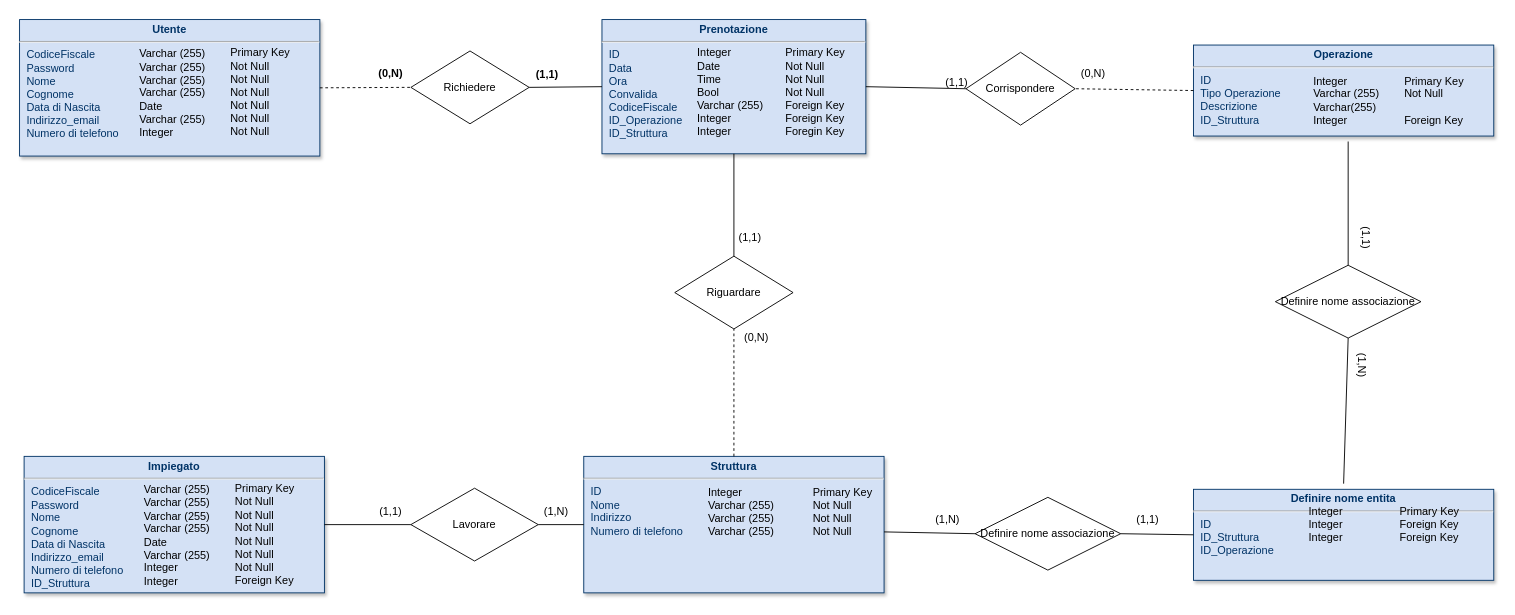
Above: Documenti/SDD/DataBase/Database.drawio in Givaa/MedQueue (draw.io), before the change. Source tidied: cells renumbered, new cells numbered last; positions are measured from the earlier drawing's top-left corner, leaving out a move shared by most shapes. Both pictures are drawn from the tidied source at 91%, with x=0, y=0 at pixel (19, 19).
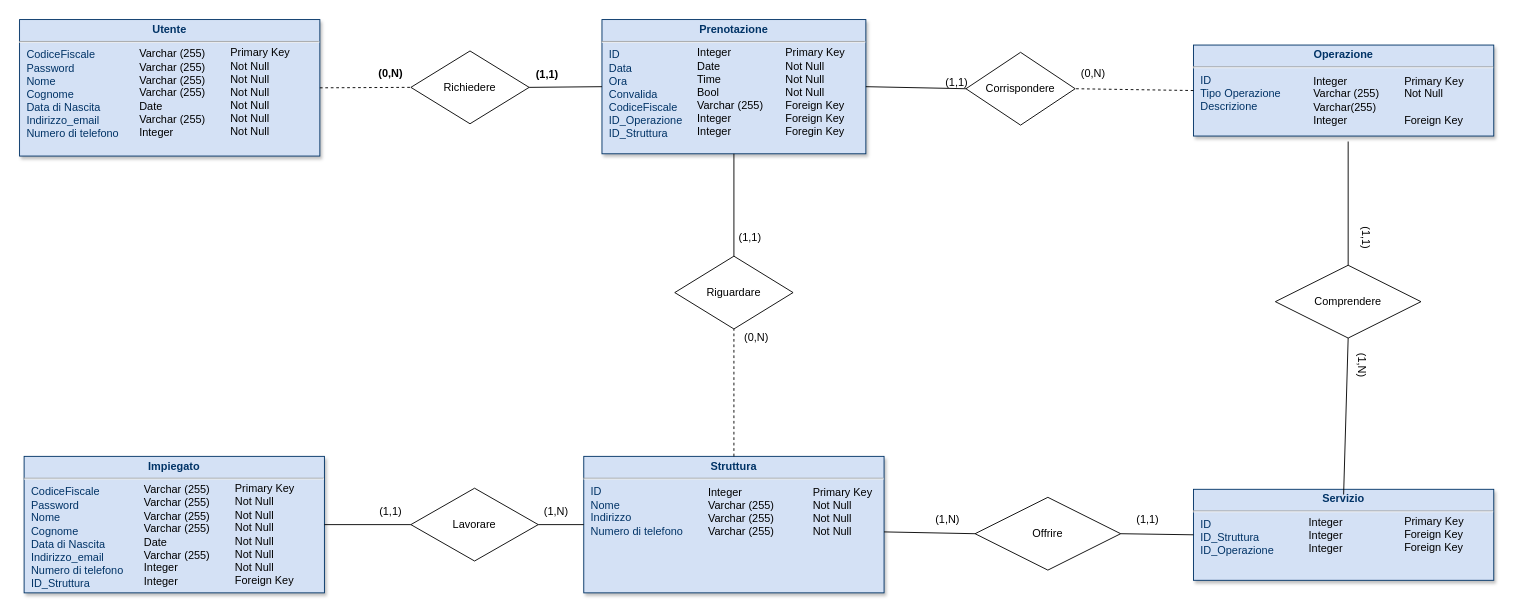
After the change.

What changed in the source:
```diff
@@
-    <mxCell id="30" value="&lt;p style=&quot;margin: 4px 0px 0px ; text-align: center&quot;&gt;&lt;b&gt;Operazione&lt;/b&gt;&lt;/p&gt;&lt;hr&gt;&lt;p style=&quot;margin: 0px ; margin-left: 8px&quot;&gt;ID&lt;/p&gt;&lt;p style=&quot;margin: 0px ; margin-left: 8px&quot;&gt;Tipo Operazione&lt;/p&gt;&lt;p style=&quot;margin: 0px ; margin-left: 8px&quot;&gt;Descrizione&lt;/p&gt;&lt;p style=&quot;margin: 0px ; margin-left: 8px&quot;&gt;ID_Struttura&lt;/p&gt;" style="verticalAlign=top;align=left;overflow=fill;fontSize=12;fontFamily=Helvetica;html=1;strokeColor=#003366;shadow=1;fillColor=#D4E1F5;fontColor=#003366;" parent="1" vertex="1">
+    <mxCell id="30" value="&lt;p style=&quot;margin: 4px 0px 0px ; text-align: center&quot;&gt;&lt;b&gt;Operazione&lt;/b&gt;&lt;/p&gt;&lt;hr&gt;&lt;p style=&quot;margin: 0px ; margin-left: 8px&quot;&gt;ID&lt;/p&gt;&lt;p style=&quot;margin: 0px ; margin-left: 8px&quot;&gt;Tipo Operazione&lt;/p&gt;&lt;p style=&quot;margin: 0px ; margin-left: 8px&quot;&gt;Descrizione&lt;/p&gt;&lt;p style=&quot;margin: 0px ; margin-left: 8px&quot;&gt;&lt;br&gt;&lt;/p&gt;" style="verticalAlign=top;align=left;overflow=fill;fontSize=12;fontFamily=Helvetica;html=1;strokeColor=#003366;shadow=1;fillColor=#D4E1F5;fontColor=#003366;" parent="1" vertex="1">
       <mxGeometry x="1290" y="28" width="330" height="100" as="geometry" />
     </mxCell>
@@
-    <mxCell id="38" value="&lt;p style=&quot;margin: 4px 0px 0px ; text-align: center&quot;&gt;&lt;b&gt;Definire nome entita&lt;/b&gt;&lt;/p&gt;&lt;hr&gt;&lt;p style=&quot;margin: 0px ; margin-left: 8px&quot;&gt;ID&lt;/p&gt;&lt;p style=&quot;margin: 0px ; margin-left: 8px&quot;&gt;ID_Struttura&lt;/p&gt;&lt;p style=&quot;margin: 0px ; margin-left: 8px&quot;&gt;ID_Operazione&lt;/p&gt;" style="verticalAlign=top;align=left;overflow=fill;fontSize=12;fontFamily=Helvetica;html=1;strokeColor=#003366;shadow=1;fillColor=#D4E1F5;fontColor=#003366;" parent="1" vertex="1">
+    <mxCell id="38" value="&lt;p style=&quot;margin: 4px 0px 0px ; text-align: center&quot;&gt;&lt;b&gt;Servizio&lt;/b&gt;&lt;/p&gt;&lt;hr&gt;&lt;p style=&quot;margin: 0px ; margin-left: 8px&quot;&gt;ID&lt;/p&gt;&lt;p style=&quot;margin: 0px ; margin-left: 8px&quot;&gt;ID_Struttura&lt;/p&gt;&lt;p style=&quot;margin: 0px ; margin-left: 8px&quot;&gt;ID_Operazione&lt;/p&gt;" style="verticalAlign=top;align=left;overflow=fill;fontSize=12;fontFamily=Helvetica;html=1;strokeColor=#003366;shadow=1;fillColor=#D4E1F5;fontColor=#003366;" parent="1" vertex="1">
       <mxGeometry x="1290" y="516.2" width="330" height="100" as="geometry" />
     </mxCell>
     <mxCell id="39" value="Integer&lt;br&gt;Integer&lt;br&gt;Integer" style="rounded=0;whiteSpace=wrap;html=1;fillColor=none;align=left;strokeColor=none;" parent="1" vertex="1">
-      <mxGeometry x="1415" y="510" width="80" height="90" as="geometry" />
+      <mxGeometry x="1415" y="522" width="80" height="90" as="geometry" />
     </mxCell>
     <mxCell id="40" value="Primary Key&lt;br&gt;Foreign Key&lt;br&gt;Foreign Key" style="rounded=0;whiteSpace=wrap;html=1;fillColor=none;align=left;strokeColor=none;" parent="1" vertex="1">
-      <mxGeometry x="1515" y="510" width="80" height="90" as="geometry" />
+      <mxGeometry x="1520" y="521.2" width="80" height="90" as="geometry" />
     </mxCell>
-    <mxCell id="41" value="Definire nome associazione" style="rhombus;whiteSpace=wrap;html=1;" parent="1" vertex="1">
+    <mxCell id="41" value="Offrire" style="rhombus;whiteSpace=wrap;html=1;" parent="1" vertex="1">
       <mxGeometry x="1050" y="525" width="160" height="80" as="geometry" />
     </mxCell>
@@
-    <mxCell id="44" value="Definire nome associazione" style="rhombus;whiteSpace=wrap;html=1;" parent="1" vertex="1">
+    <mxCell id="44" value="Comprendere" style="rhombus;whiteSpace=wrap;html=1;" parent="1" vertex="1">
       <mxGeometry x="1380" y="270" width="160" height="80" as="geometry" />
     </mxCell>
```
